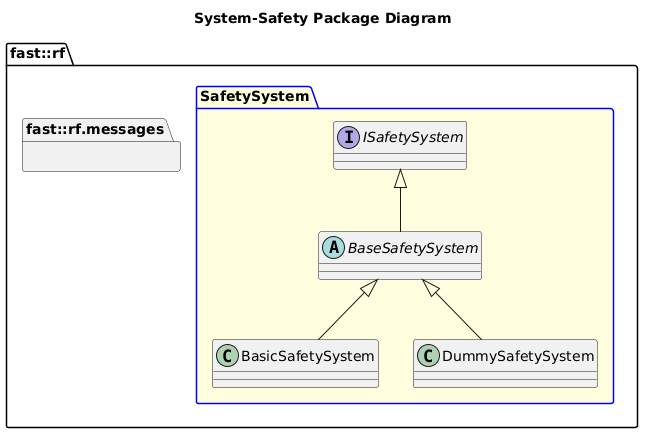
The PlantUML diagram Systems/Safety/doc/puml/SystemSafetyPackageDiagram.png in fastrobotics/robot_framework, before a commit. Its diagram source:
```plantuml
@startuml
title System-Safety Package Diagram

namespace fast::rf {
  namespace messages  {}
  package SafetySystem #LightYellow;line:blue {
    interface ISafetySystem {
    }
    abstract BaseSafetySystem {
    }
    ISafetySystem <|-- BaseSafetySystem
    class BasicSafetySystem {

    }
    BaseSafetySystem <|-- BasicSafetySystem
    class DummySafetySystem  {
    }
    BaseSafetySystem <|-- DummySafetySystem
  }
}
@enduml
```
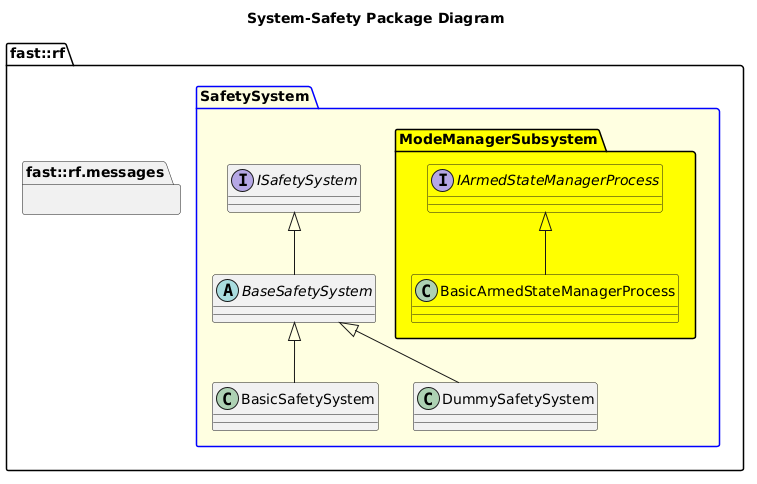
The same diagram one commit later.

What changed in the source:
```diff
@@ -16,6 +16,14 @@
     class DummySafetySystem  {
     }
     BaseSafetySystem <|-- DummySafetySystem
+    namespace ModeManagerSubsystem #Yellow {
+      interface IArmedStateManagerProcess #Yellow {
+
+      }
+      class BasicArmedStateManagerProcess #Yellow {
+      }
+      BasicArmedStateManagerProcess -up-|> IArmedStateManagerProcess
+    }
   }
 }
 @enduml
```
